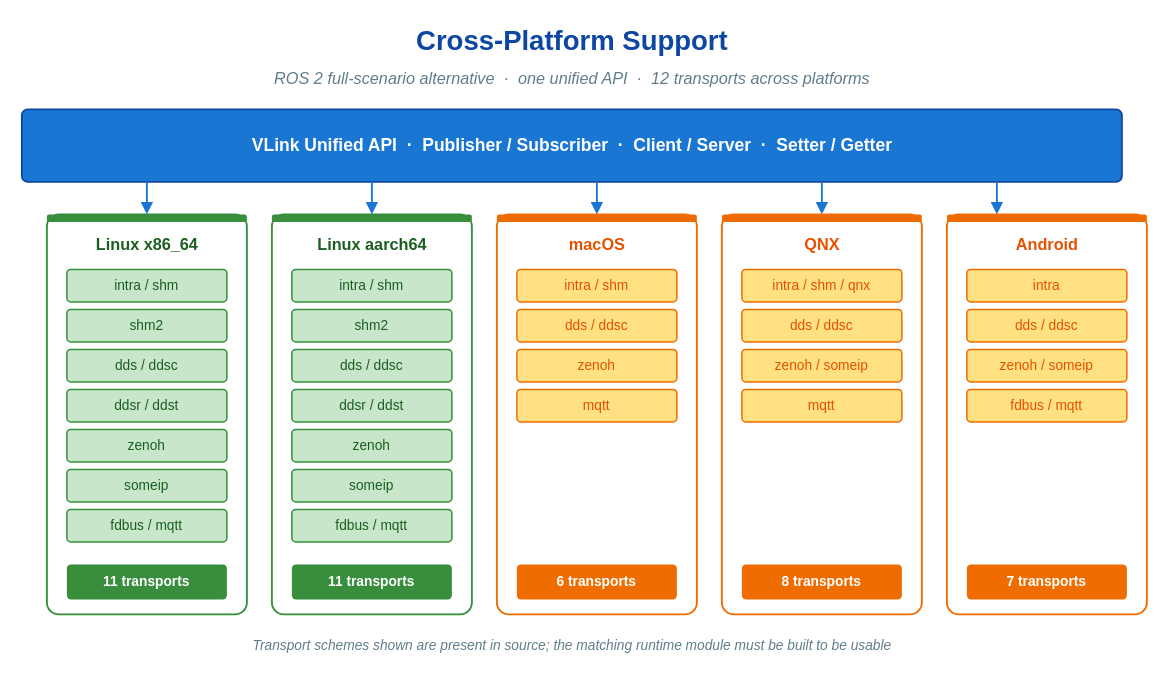
Above: doc/images/cross-platform-support.drawio in thun-res/vlink (draw.io), before the change. Source tidied: cells renumbered, new cells numbered last; positions are measured from the earlier drawing's top-left corner, leaving out a move shared by most shapes. Both pictures are drawn from the tidied source at 125%, with x=0, y=0 at pixel (21, 21).
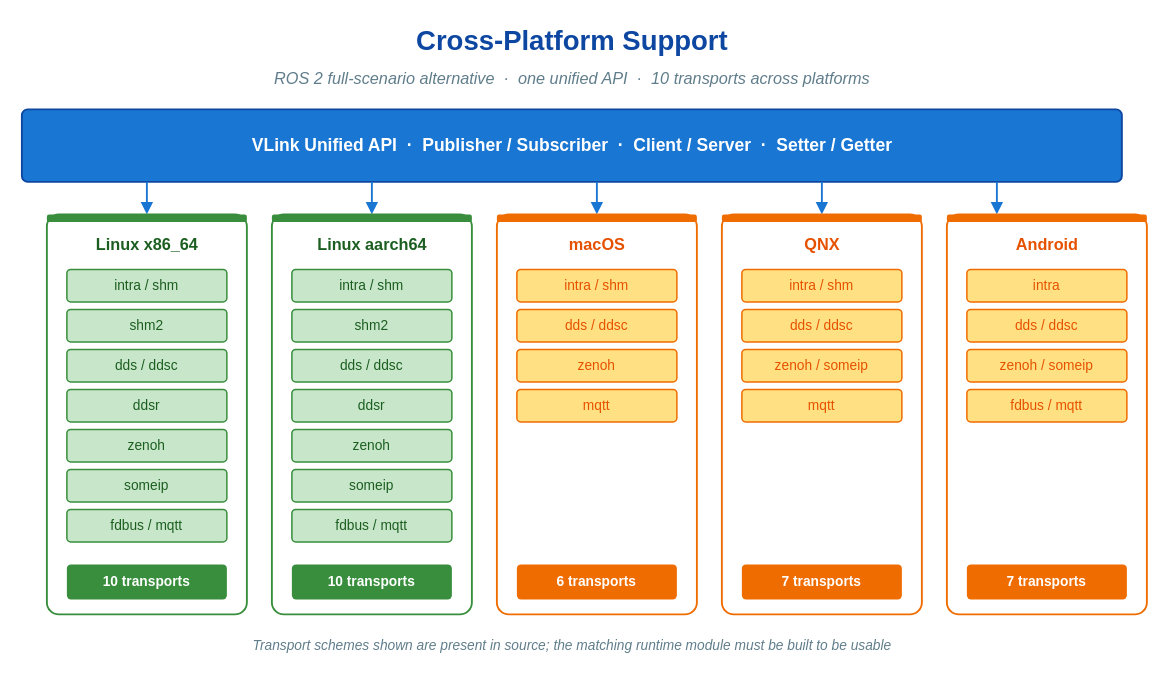
After the change.

Diff of the diagram source:
```diff
@@
-    <mxCell id="3" value="ROS 2 full-scenario alternative  ·  one unified API  ·  12 transports across platforms" style="text;html=1;align=center;verticalAlign=middle;strokeColor=none;fillColor=none;fontFamily=Helvetica;fontSize=13;fontStyle=2;fontColor=#607d8b;" parent="1" vertex="1">
+    <mxCell id="3" value="ROS 2 full-scenario alternative  ·  one unified API  ·  10 transports across platforms" style="text;html=1;align=center;verticalAlign=middle;strokeColor=none;fillColor=none;fontFamily=Helvetica;fontSize=13;fontStyle=2;fontColor=#607d8b;" parent="1" vertex="1">
       <mxGeometry y="34" width="880" height="22" as="geometry" />
     </mxCell>
@@
-    <mxCell id="17" value="ddsr / ddst" style="rounded=1;whiteSpace=wrap;html=1;fillColor=#c8e6c9;strokeColor=#388e3c;strokeWidth=1.2;fontFamily=Helvetica;fontSize=11;fontColor=#1b5e20;align=center;arcSize=12;" parent="1" vertex="1">
+    <mxCell id="17" value="ddsr" style="rounded=1;whiteSpace=wrap;html=1;fillColor=#c8e6c9;strokeColor=#388e3c;strokeWidth=1.2;fontFamily=Helvetica;fontSize=11;fontColor=#1b5e20;align=center;arcSize=12;" parent="1" vertex="1">
       <mxGeometry x="36" y="294" width="128" height="26" as="geometry" />
     </mxCell>
@@
-    <mxCell id="21" value="11 transports" style="rounded=1;whiteSpace=wrap;html=1;fillColor=#388e3c;strokeColor=none;fontFamily=Helvetica;fontSize=11;fontStyle=1;fontColor=#ffffff;align=center;arcSize=12;" parent="1" vertex="1">
+    <mxCell id="21" value="10 transports" style="rounded=1;whiteSpace=wrap;html=1;fillColor=#388e3c;strokeColor=none;fontFamily=Helvetica;fontSize=11;fontStyle=1;fontColor=#ffffff;align=center;arcSize=12;" parent="1" vertex="1">
       <mxGeometry x="36" y="434" width="128" height="28" as="geometry" />
     </mxCell>
@@
-    <mxCell id="28" value="ddsr / ddst" style="rounded=1;whiteSpace=wrap;html=1;fillColor=#c8e6c9;strokeColor=#388e3c;strokeWidth=1.2;fontFamily=Helvetica;fontSize=11;fontColor=#1b5e20;align=center;arcSize=12;" parent="1" vertex="1">
+    <mxCell id="28" value="ddsr" style="rounded=1;whiteSpace=wrap;html=1;fillColor=#c8e6c9;strokeColor=#388e3c;strokeWidth=1.2;fontFamily=Helvetica;fontSize=11;fontColor=#1b5e20;align=center;arcSize=12;" parent="1" vertex="1">
       <mxGeometry x="216" y="294" width="128" height="26" as="geometry" />
     </mxCell>
@@
-    <mxCell id="32" value="11 transports" style="rounded=1;whiteSpace=wrap;html=1;fillColor=#388e3c;strokeColor=none;fontFamily=Helvetica;fontSize=11;fontStyle=1;fontColor=#ffffff;align=center;arcSize=12;" parent="1" vertex="1">
+    <mxCell id="32" value="10 transports" style="rounded=1;whiteSpace=wrap;html=1;fillColor=#388e3c;strokeColor=none;fontFamily=Helvetica;fontSize=11;fontStyle=1;fontColor=#ffffff;align=center;arcSize=12;" parent="1" vertex="1">
       <mxGeometry x="216" y="434" width="128" height="28" as="geometry" />
     </mxCell>
@@
-    <mxCell id="44" value="intra / shm / qnx" style="rounded=1;whiteSpace=wrap;html=1;fillColor=#ffe082;strokeColor=#ef6c00;strokeWidth=1.2;fontFamily=Helvetica;fontSize=11;fontColor=#e65100;align=center;arcSize=12;" parent="1" vertex="1">
+    <mxCell id="44" value="intra / shm" style="rounded=1;whiteSpace=wrap;html=1;fillColor=#ffe082;strokeColor=#ef6c00;strokeWidth=1.2;fontFamily=Helvetica;fontSize=11;fontColor=#e65100;align=center;arcSize=12;" parent="1" vertex="1">
       <mxGeometry x="576" y="198" width="128" height="26" as="geometry" />
     </mxCell>
@@
-    <mxCell id="48" value="8 transports" style="rounded=1;whiteSpace=wrap;html=1;fillColor=#ef6c00;strokeColor=none;fontFamily=Helvetica;fontSize=11;fontStyle=1;fontColor=#ffffff;align=center;arcSize=12;" parent="1" vertex="1">
+    <mxCell id="48" value="7 transports" style="rounded=1;whiteSpace=wrap;html=1;fillColor=#ef6c00;strokeColor=none;fontFamily=Helvetica;fontSize=11;fontStyle=1;fontColor=#ffffff;align=center;arcSize=12;" parent="1" vertex="1">
       <mxGeometry x="576" y="434" width="128" height="28" as="geometry" />
     </mxCell>
```
